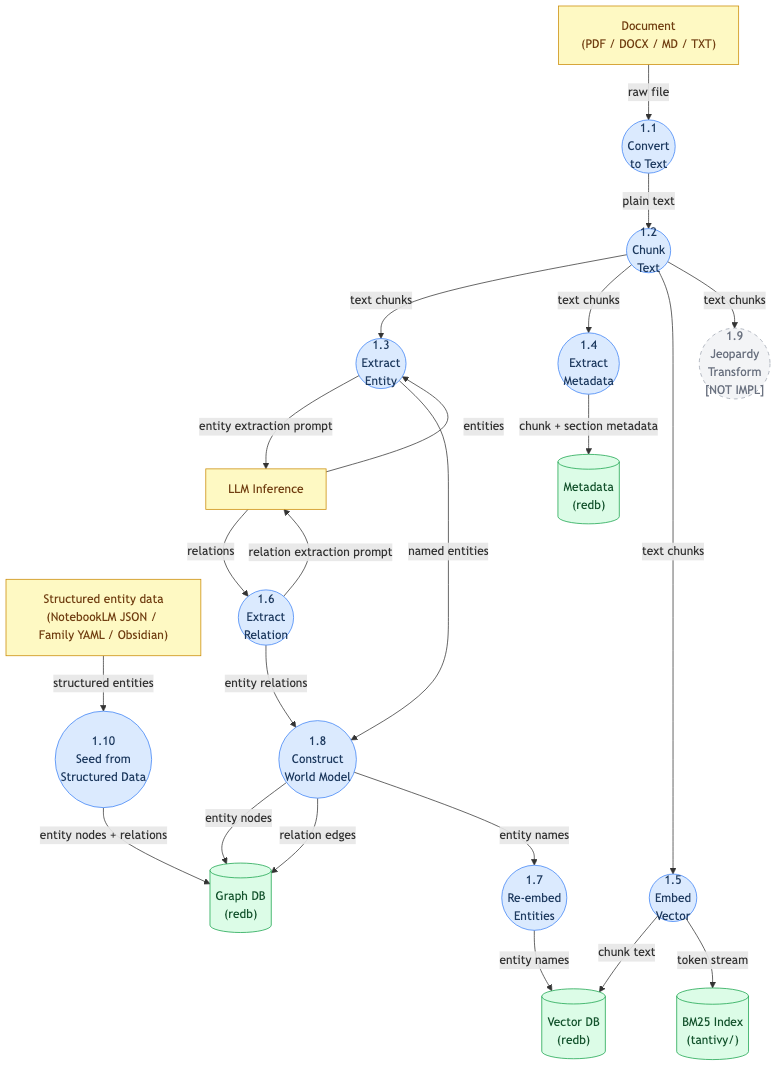
Before: projects/kwaai-knowledge/design/architecture/dfd-1-ingest.png, a diagram exported from Mermaid (Kwaai-AI-Lab/KwaaiNet). Its source is kept beside it as projects/kwaai-knowledge/design/architecture/dfd-1-ingest.mmd. Its diagram source:
```mermaid
flowchart TD
    classDef process fill:#dbeafe,stroke:#3b82f6,color:#1e3a5f
    classDef external fill:#fef9c3,stroke:#ca8a04,color:#713f12
    classDef store fill:#dcfce7,stroke:#16a34a,color:#14532d
    classDef stub fill:#f3f4f6,stroke:#9ca3af,color:#6b7280,stroke-dasharray:5 5

    DOC["Document\n(PDF / DOCX / MD / TXT)"]:::external
    SEED["Structured entity data\n(NotebookLM JSON / Family YAML / Obsidian)"]:::external
    LLM["LLM Inference"]:::external

    VDB[("Vector DB\n(redb)")]:::store
    MDB[("Metadata\n(redb)")]:::store
    GDB[("Graph DB\n(redb)")]:::store
    BM25[("BM25 Index\n(tantivy/)")]:::store

    P11(("1.1\nConvert\nto Text")):::process
    P12(("1.2\nChunk\nText")):::process
    P13(("1.3\nExtract\nEntity")):::process
    P14(("1.4\nExtract\nMetadata")):::process
    P15(("1.5\nEmbed\nVector")):::process
    P16(("1.6\nExtract\nRelation")):::process
    P17(("1.7\nRe-embed\nEntities")):::process
    P18(("1.8\nConstruct\nWorld Model")):::process
    P19(("1.9\nJeopardy\nTransform\n[NOT IMPL]")):::stub
    P110(("1.10\nSeed from\nStructured Data")):::process


    DOC -->|"raw file"| P11
    P11 -->|"plain text"| P12
    P12 -->|"text chunks"| P13
    P12 -->|"text chunks"| P14
    P12 -->|"text chunks"| P15
    P12 -->|"text chunks"| P19
    P13 -->|"entity extraction prompt"| LLM
    LLM -->|"entities"| P13
    P13 -->|"named entities"| P18
    P14 -->|"chunk + section metadata"| MDB
    P15 -->|"chunk text"| VDB
    P15 -->|"token stream"| BM25
    P16 -->|"relation extraction prompt"| LLM
    LLM -->|"relations"| P16
    P16 -->|"entity relations"| P18
    P17 -->|"entity names"| VDB
    P18 -->|"entity nodes"| GDB
    P18 -->|"relation edges"| GDB
    P18 -->|"entity names"| P17

    SEED -->|"structured entities"| P110
    P110 -->|"entity nodes + relations"| GDB
```
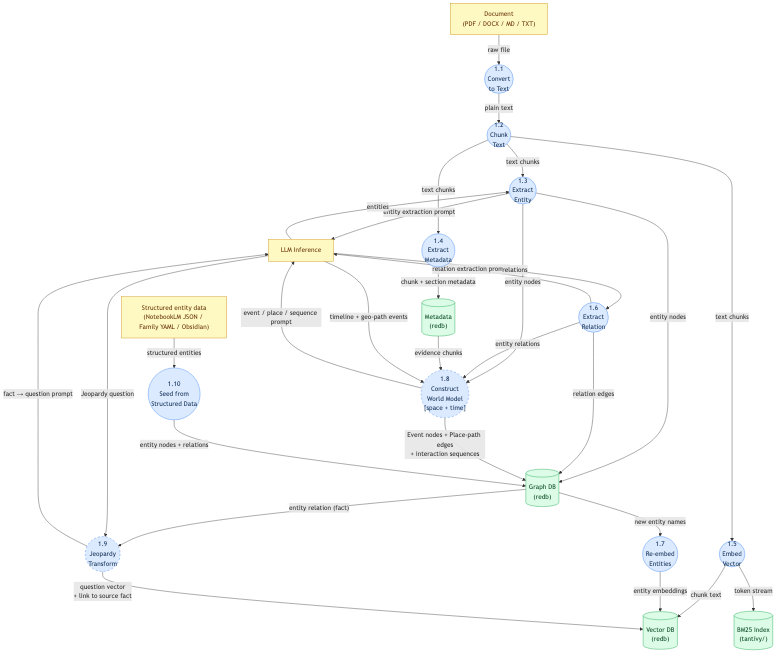
The same file after the commit.

Commit message:
design(kwaai-rag): redesign DFD 1.8 world model + 1.9 Jeopardy transform

What changed in the source:
```diff
@@ -1,8 +1,8 @@
 flowchart TD
-    classDef process fill:#dbeafe,stroke:#3b82f6,color:#1e3a5f
+    classDef process  fill:#dbeafe,stroke:#3b82f6,color:#1e3a5f
     classDef external fill:#fef9c3,stroke:#ca8a04,color:#713f12
-    classDef store fill:#dcfce7,stroke:#16a34a,color:#14532d
-    classDef stub fill:#f3f4f6,stroke:#9ca3af,color:#6b7280,stroke-dasharray:5 5
+    classDef store    fill:#dcfce7,stroke:#16a34a,color:#14532d
+    classDef designed fill:#dbeafe,stroke:#3b82f6,color:#1e3a5f,stroke-dasharray:5 5
 
     DOC["Document\n(PDF / DOCX / MD / TXT)"]:::external
     SEED["Structured entity data\n(NotebookLM JSON / Family YAML / Obsidian)"]:::external
@@ -20,8 +20,8 @@
     P15(("1.5\nEmbed\nVector")):::process
     P16(("1.6\nExtract\nRelation")):::process
     P17(("1.7\nRe-embed\nEntities")):::process
-    P18(("1.8\nConstruct\nWorld Model")):::process
-    P19(("1.9\nJeopardy\nTransform\n[NOT IMPL]")):::stub
+    P18(("1.8\nConstruct\nWorld Model\n[space + time]")):::designed
+    P19(("1.9\nJeopardy\nTransform")):::designed
     P110(("1.10\nSeed from\nStructured Data")):::process
 
 
@@ -30,20 +30,34 @@
     P12 -->|"text chunks"| P13
     P12 -->|"text chunks"| P14
     P12 -->|"text chunks"| P15
-    P12 -->|"text chunks"| P19
+
     P13 -->|"entity extraction prompt"| LLM
     LLM -->|"entities"| P13
-    P13 -->|"named entities"| P18
+    P13 -->|"entity nodes"| GDB
+    P13 -->|"entity nodes"| P18
+
     P14 -->|"chunk + section metadata"| MDB
+
     P15 -->|"chunk text"| VDB
     P15 -->|"token stream"| BM25
+
     P16 -->|"relation extraction prompt"| LLM
     LLM -->|"relations"| P16
+    P16 -->|"relation edges"| GDB
     P16 -->|"entity relations"| P18
-    P17 -->|"entity names"| VDB
-    P18 -->|"entity nodes"| GDB
-    P18 -->|"relation edges"| GDB
-    P18 -->|"entity names"| P17
+
+    GDB -->|"new entity names"| P17
+    P17 -->|"entity embeddings"| VDB
+
+    MDB -->|"evidence chunks"| P18
+    P18 -->|"event / place / sequence prompt"| LLM
+    LLM -->|"timeline + geo-path events"| P18
+    P18 -->|"Event nodes + Place-path edges\n+ interaction sequences"| GDB
+
+    GDB -->|"entity relation (fact)"| P19
+    P19 -->|"fact → question prompt"| LLM
+    LLM -->|"Jeopardy question"| P19
+    P19 -->|"question vector\n+ link to source fact"| VDB
 
     SEED -->|"structured entities"| P110
     P110 -->|"entity nodes + relations"| GDB
```
